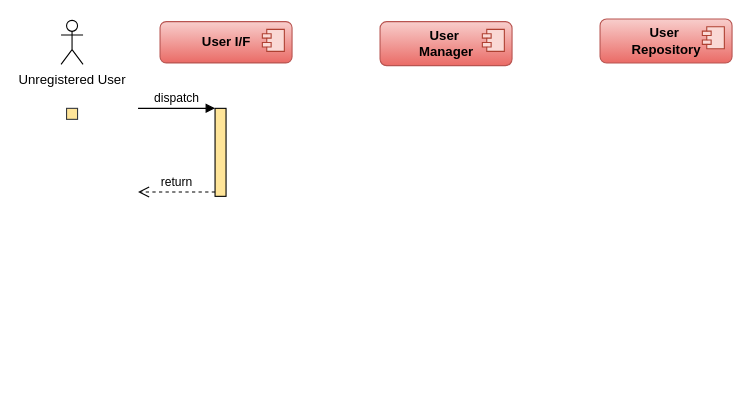
Before: SAD Sequence Diagrams.drawio in Itaybarbar/myProject, a draw.io diagram. Source tidied: cells renumbered, new cells numbered last; positions are measured from the earlier drawing's top-left corner, leaving out a move shared by most shapes. Both pictures are drawn from the tidied source at 110%, with x=0, y=0 at pixel (61, 19).
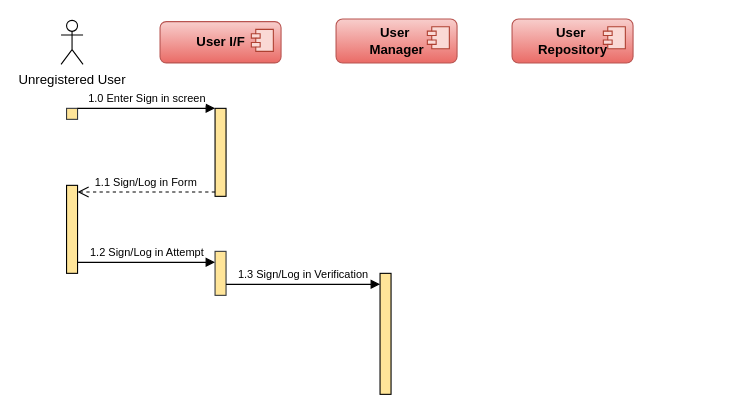
The same page after the edit.

The change refers to these unchanged cells:
```xml
<mxCell id="10" style="html=1;points=[];perimeter=orthogonalPerimeter;fillColor=#FFE599;" parent="1" vertex="1">
  <mxGeometry x="140" y="81" width="10" height="80" as="geometry" />
</mxCell>
```

Change to the diagram source:
```diff
@@
     <mxCell id="3" value="&lt;font size=&quot;1&quot;&gt;&lt;b style=&quot;font-size: 12px&quot;&gt;User I/F&lt;/b&gt;&lt;/font&gt;" style="html=1;rounded=1;strokeWidth=1;fillColor=#f8cecc;gradientColor=#ea6b66;strokeColor=#b85450;" parent="1" vertex="1">
-      <mxGeometry x="90" y="2.2" width="120" height="37.5" as="geometry" />
+      <mxGeometry x="90" y="2.2" width="110" height="37.5" as="geometry" />
     </mxCell>
@@
     <mxCell id="5" value="&lt;div&gt;&lt;b&gt;&lt;font style=&quot;font-size: 12px&quot;&gt;User&amp;nbsp;&lt;/font&gt;&lt;/b&gt;&lt;/div&gt;&lt;div&gt;&lt;b&gt;&lt;font style=&quot;font-size: 12px&quot;&gt;Manager&lt;/font&gt;&lt;/b&gt;&lt;/div&gt;" style="html=1;rounded=1;strokeWidth=1;fillColor=#f8cecc;gradientColor=#ea6b66;strokeColor=#b85450;align=center;" parent="1" vertex="1">
-      <mxGeometry x="290" y="2.2" width="120" height="40" as="geometry" />
+      <mxGeometry x="250" y="-0.2" width="110" height="40" as="geometry" />
     </mxCell>
@@
     <mxCell id="7" value="&lt;div&gt;&lt;b&gt;&lt;font style=&quot;font-size: 12px&quot;&gt;User&amp;nbsp;&lt;/font&gt;&lt;/b&gt;&lt;/div&gt;&lt;div&gt;&lt;b&gt;&lt;font style=&quot;font-size: 12px&quot;&gt;Repository&lt;/font&gt;&lt;/b&gt;&lt;/div&gt;" style="html=1;rounded=1;strokeWidth=1;fillColor=#f8cecc;gradientColor=#ea6b66;strokeColor=#b85450;align=center;" parent="1" vertex="1">
-      <mxGeometry x="490" y="-0.2" width="120" height="40" as="geometry" />
+      <mxGeometry x="410" y="-0.2" width="110" height="40" as="geometry" />
     </mxCell>
@@
-    <mxCell id="11" value="dispatch" style="html=1;verticalAlign=bottom;endArrow=block;entryX=0;entryY=0;rounded=0;" parent="1" edge="1" target="10">
+    <mxCell id="11" value="&lt;font style=&quot;font-size: 10px&quot;&gt;1.0 Enter Sign in screen&lt;/font&gt;" style="html=1;verticalAlign=bottom;endArrow=block;entryX=0;entryY=0;rounded=0;" parent="1" edge="1" target="10">
       <mxGeometry relative="1" as="geometry">
-        <mxPoint x="70" y="81" as="sourcePoint" />
+        <mxPoint x="15" y="81" as="sourcePoint" />
       </mxGeometry>
     </mxCell>
-    <mxCell id="12" value="return" style="html=1;verticalAlign=bottom;endArrow=open;dashed=1;endSize=8;exitX=0;exitY=0.95;rounded=0;" parent="1" edge="1" source="10">
+    <mxCell id="12" value="&lt;font style=&quot;font-size: 10px&quot;&gt;1.1 Sign/Log in Form&lt;/font&gt;" style="html=1;verticalAlign=bottom;endArrow=open;dashed=1;endSize=8;exitX=0;exitY=0.95;rounded=0;" parent="1" edge="1" source="10">
       <mxGeometry relative="1" as="geometry">
-        <mxPoint x="70" y="157" as="targetPoint" />
+        <mxPoint x="15" y="157" as="targetPoint" />
       </mxGeometry>
     </mxCell>
+    <mxCell id="13" style="html=1;perimeter=orthogonalPerimeter;fontSize=10;fillColor=#FFE599;" parent="1" vertex="1">
+      <mxGeometry x="5" y="151" width="10" height="80" as="geometry" />
+    </mxCell>
+    <mxCell id="14" value="&lt;font style=&quot;font-size: 10px&quot;&gt;1.2 Sign/Log in Attempt&lt;/font&gt;" style="html=1;verticalAlign=bottom;endArrow=block;entryX=0;entryY=0;rounded=0;" parent="1" edge="1">
+      <mxGeometry relative="1" as="geometry">
+        <mxPoint x="15" y="221" as="sourcePoint" />
+        <mxPoint x="140" y="221" as="targetPoint" />
+      </mxGeometry>
+    </mxCell>
+    <mxCell id="15" style="html=1;perimeter=orthogonalPerimeter;fillColor=#FFE599;strokeColor=#36393d;" parent="1" vertex="1">
+      <mxGeometry x="140" y="211" width="10" height="40" as="geometry" />
+    </mxCell>
+    <mxCell id="16" value="&lt;font style=&quot;font-size: 10px&quot;&gt;1.3 Sign/Log in Verification&lt;/font&gt;" style="html=1;verticalAlign=bottom;endArrow=block;rounded=0;" parent="1" edge="1">
+      <mxGeometry relative="1" as="geometry">
+        <mxPoint x="150" y="241" as="sourcePoint" />
+        <mxPoint x="290" y="241" as="targetPoint" />
+      </mxGeometry>
+    </mxCell>
+    <mxCell id="17" style="html=1;perimeter=orthogonalPerimeter;fontSize=10;fillColor=#FFE599;" parent="1" vertex="1">
+      <mxGeometry x="290" y="231" width="10" height="110" as="geometry" />
+    </mxCell>
```
